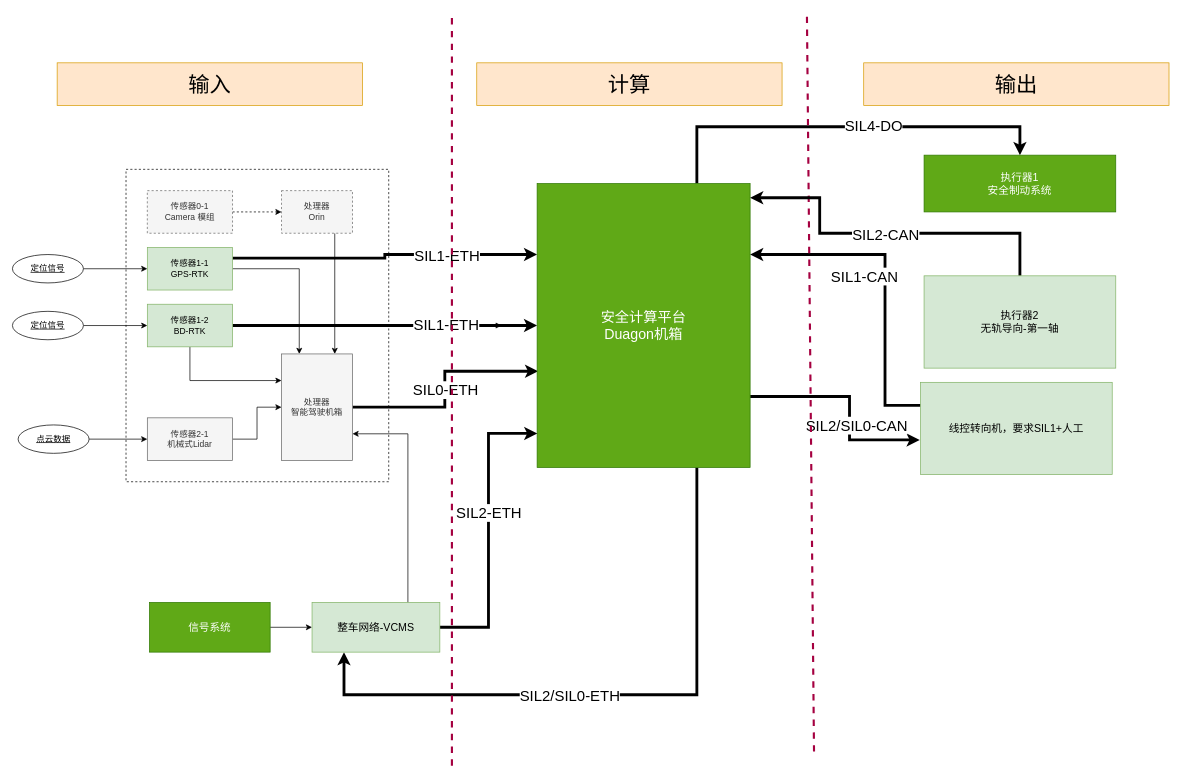
FrankWong-cs/SharingwithColleagues keeps this draw.io diagram as page "实体关系-SIL4" (1 of 3) of 马来循迹控制_SIL2方案_V2_pub230815.drawio. Above is the earlier version. Source tidied: cells renumbered, new cells numbered last; positions are measured from the earlier drawing's top-left corner, leaving out a move shared by most shapes. Both pictures are drawn from the tidied source at 71%, with x=0, y=0 at pixel (12, 13).
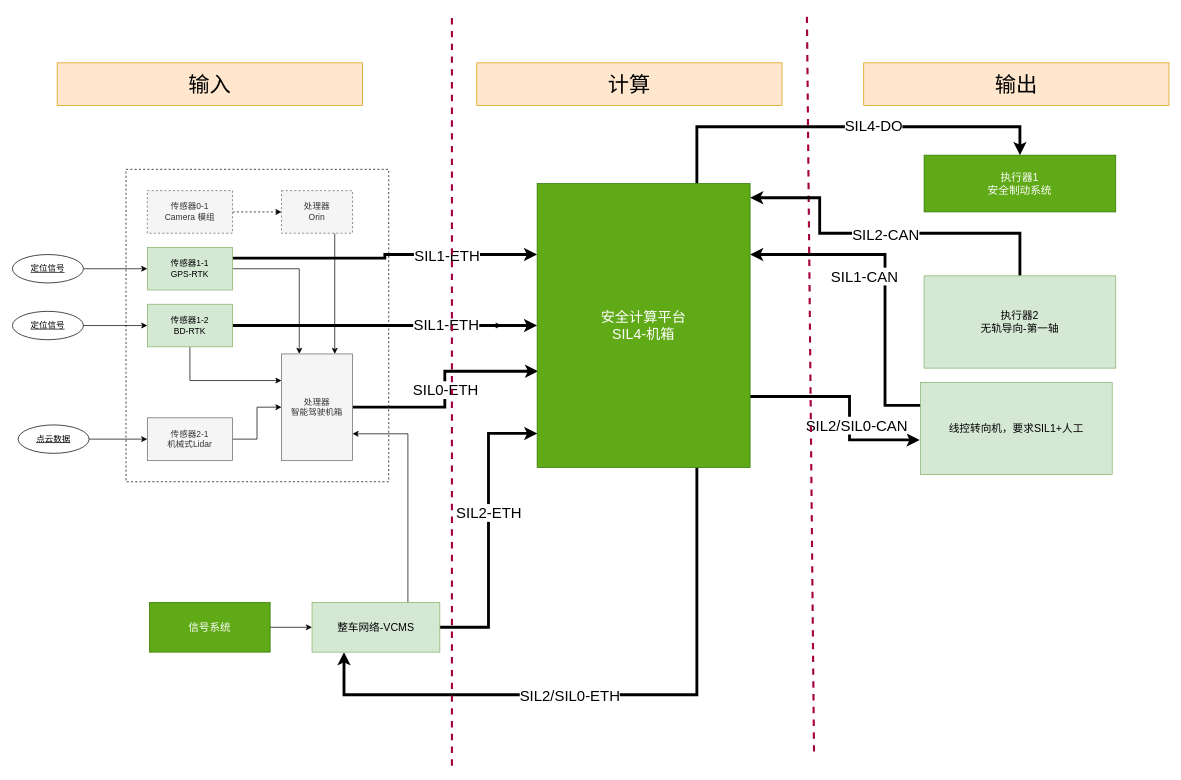
The same diagram, later.

The edit, as a diff of the source:
```diff
@@
-    <mxCell id="33" value="安全计算平台&lt;br style=&quot;font-size: 20px;&quot;&gt;Duagon机箱" style="whiteSpace=wrap;html=1;align=center;fillColor=#60a917;fontColor=#ffffff;strokeColor=#2D7600;verticalAlign=middle;fontSize=20;" parent="1" vertex="1">
+    <mxCell id="33" value="安全计算平台&lt;br style=&quot;font-size: 20px;&quot;&gt;SIL4-机箱" style="whiteSpace=wrap;html=1;align=center;fillColor=#60a917;fontColor=#ffffff;strokeColor=#2D7600;verticalAlign=middle;fontSize=20;" parent="1" vertex="1">
       <mxGeometry x="739" y="240" width="300" height="400" as="geometry" />
     </mxCell>
```
